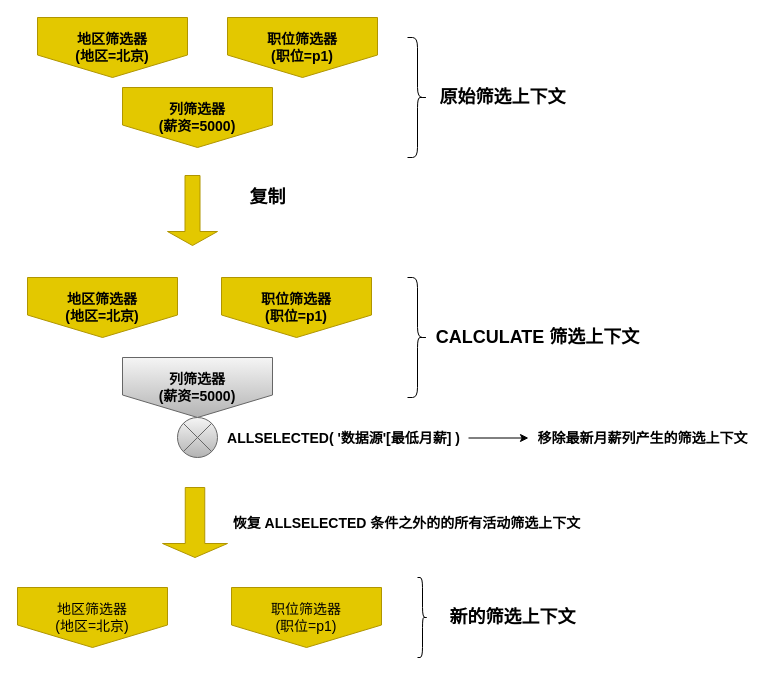
This is ALLSELECTED调节器执行逻辑.drawio from RecordLiu/blog_imgs, a draw.io file, before an edit. Source tidied: cells renumbered, new cells numbered last; positions are measured from the earlier drawing's top-left corner, leaving out a move shared by most shapes. Both pictures are drawn from the tidied source at 100%, with x=0, y=0 at pixel (17, 17).
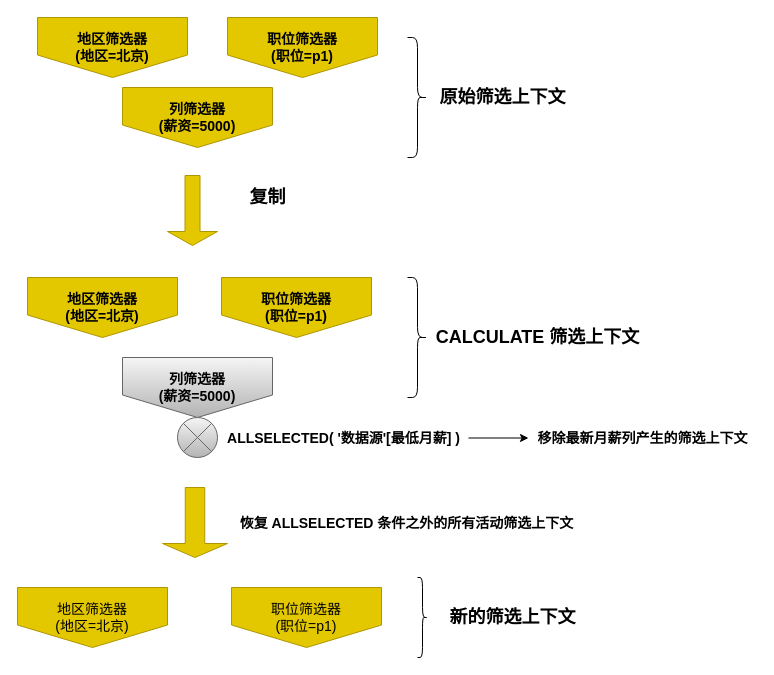
The same page after the edit.

Commit message:
更新ALLSELECTED调节器执行逻辑.drawio

Change to the diagram source:
```diff
@@
-    <mxCell id="23" value="&lt;font style=&quot;font-size: 14px;&quot;&gt;&lt;b&gt;恢复 ALLSELECTED 条件之外的的所有活动筛选上下文&lt;/b&gt;&lt;/font&gt;" style="text;html=1;align=center;verticalAlign=middle;strokeColor=none;fillColor=none;" parent="1" vertex="1">
-      <mxGeometry x="206" y="491" width="366" height="29" as="geometry" />
+    <mxCell id="23" value="&lt;font style=&quot;font-size: 14px;&quot;&gt;&lt;b&gt;恢复 ALLSELECTED 条件之外的所有活动筛选上下文&lt;/b&gt;&lt;/font&gt;" style="text;html=1;align=center;verticalAlign=middle;strokeColor=none;fillColor=none;" parent="1" vertex="1">
+      <mxGeometry x="213" y="491" width="352" height="29" as="geometry" />
     </mxCell>
```
